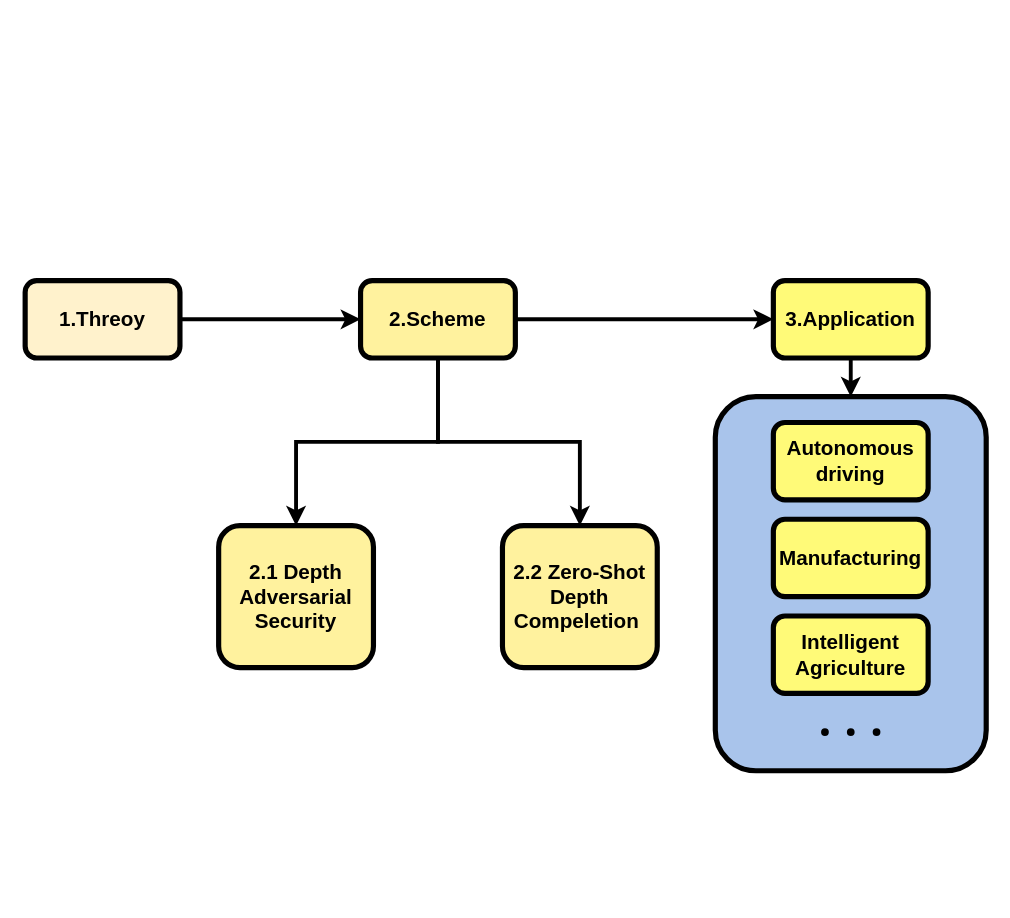
KopiSoftware/draw_cc_cloud keeps this draw.io diagram as RP/research_framework.drawio. Above is the earlier version. Source tidied: cells renumbered, new cells numbered last; positions are measured from the earlier drawing's top-left corner, leaving out a move shared by most shapes. Both pictures are drawn from the tidied source at 129%, with x=0, y=0 at pixel (25, 280).
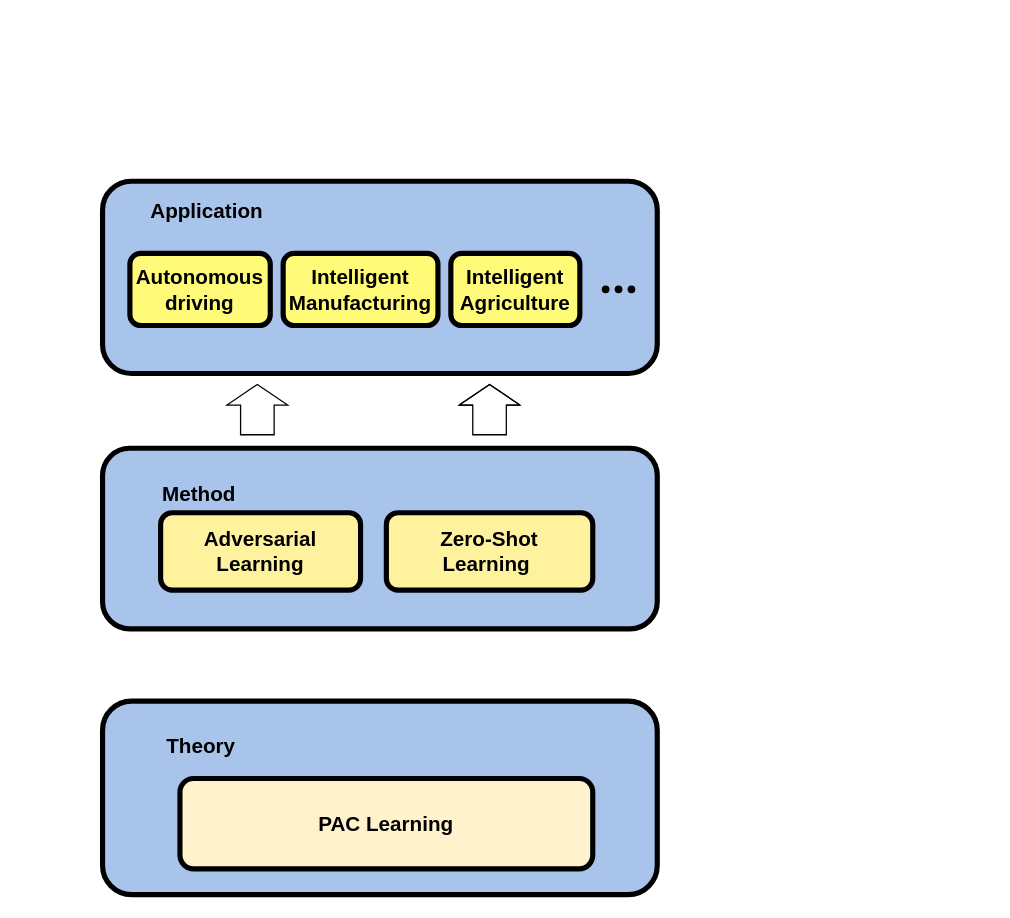
After the change.

The edit, as a diff of the source:
```diff
@@
+    <mxCell id="20" style="group;" parent="1" vertex="1">
+      <mxGeometry x="70" y="-200" width="641.9" height="270" as="geometry" />
+    </mxCell>
+    <mxCell id="21" style="group;" parent="20" vertex="1">
+      <mxGeometry x="-10" y="123" width="430" height="149" as="geometry" />
+    </mxCell>
-    <mxCell id="2" style="rounded=1;whiteSpace=wrap;html=1;strokeWidth=4;fillColor=#A9C4EB;strokeColor=#000000;" parent="1" vertex="1">
-      <mxGeometry x="535" y="90" width="210" height="290" as="geometry" />
+    <mxCell id="2" style="rounded=1;whiteSpace=wrap;html=1;strokeWidth=4;fillColor=#A9C4EB;strokeColor=#000000;" parent="21" vertex="1">
+      <mxGeometry width="430" height="149" as="geometry" />
     </mxCell>
-    <mxCell id="3" style="edgeStyle=orthogonalEdgeStyle;rounded=0;jettySize=auto;html=1;exitX=1;exitY=0.5;exitDx=0;exitDy=0;entryX=0;entryY=0.5;entryDx=0;entryDy=0;strokeWidth=3;" parent="1" edge="1" source="4" target="8">
-      <mxGeometry relative="1" as="geometry" />
-    </mxCell>
-    <mxCell id="4" value="&lt;b&gt;&lt;font style=&quot;font-size: 16px;&quot;&gt;1.Threoy&lt;/font&gt;&lt;/b&gt;" style="rounded=1;whiteSpace=wrap;html=1;strokeWidth=4;fillColor=#fff2cc;strokeColor=#000000;" parent="1" vertex="1">
-      <mxGeometry width="120" height="60" as="geometry" />
-    </mxCell>
-    <mxCell id="5" style="edgeStyle=orthogonalEdgeStyle;rounded=0;jettySize=auto;html=1;exitX=0.5;exitY=1;exitDx=0;exitDy=0;entryX=0.5;entryY=0;entryDx=0;entryDy=0;strokeWidth=3;" parent="1" edge="1" source="8" target="12">
-      <mxGeometry relative="1" as="geometry" />
-    </mxCell>
-    <mxCell id="6" style="edgeStyle=orthogonalEdgeStyle;rounded=0;jettySize=auto;html=1;exitX=0.5;exitY=1;exitDx=0;exitDy=0;entryX=0.5;entryY=0;entryDx=0;entryDy=0;strokeWidth=3;" parent="1" edge="1" source="8" target="11">
-      <mxGeometry relative="1" as="geometry" />
-    </mxCell>
-    <mxCell id="7" style="edgeStyle=orthogonalEdgeStyle;rounded=0;jettySize=auto;html=1;exitX=1;exitY=0.5;exitDx=0;exitDy=0;entryX=0;entryY=0.5;entryDx=0;entryDy=0;strokeWidth=3;" parent="1" edge="1" source="8" target="10">
-      <mxGeometry relative="1" as="geometry" />
-    </mxCell>
-    <mxCell id="8" value="&lt;b&gt;&lt;font style=&quot;font-size: 16px;&quot;&gt;2.Scheme&lt;/font&gt;&lt;/b&gt;" style="rounded=1;whiteSpace=wrap;html=1;strokeWidth=4;fillColor=#FFF29E;strokeColor=#000000;" parent="1" vertex="1">
-      <mxGeometry x="260" width="120" height="60" as="geometry" />
-    </mxCell>
-    <mxCell id="9" style="edgeStyle=orthogonalEdgeStyle;rounded=0;jettySize=auto;html=1;exitX=0.5;exitY=1;exitDx=0;exitDy=0;entryX=0.5;entryY=0;entryDx=0;entryDy=0;strokeWidth=3;" parent="1" edge="1" source="10" target="2">
-      <mxGeometry relative="1" as="geometry" />
-    </mxCell>
-    <mxCell id="10" value="&lt;b&gt;&lt;font style=&quot;font-size: 16px;&quot;&gt;3.Application&lt;/font&gt;&lt;/b&gt;" style="rounded=1;whiteSpace=wrap;html=1;strokeWidth=4;fillColor=#FFFA78;" parent="1" vertex="1">
-      <mxGeometry x="580" width="120" height="60" as="geometry" />
-    </mxCell>
-    <mxCell id="11" value="&lt;span style=&quot;font-size: 16px;&quot;&gt;&lt;b&gt;2.2 Zero-Shot&lt;br&gt;Depth&lt;br&gt;Compeletion&amp;nbsp;&lt;/b&gt;&lt;/span&gt;" style="rounded=1;whiteSpace=wrap;html=1;strokeWidth=4;fillColor=#FFF29E;" parent="1" vertex="1">
-      <mxGeometry x="370" y="190" width="120" height="110" as="geometry" />
-    </mxCell>
-    <mxCell id="12" value="&lt;span style=&quot;font-size: 16px;&quot;&gt;&lt;b&gt;2.1 Depth&lt;br&gt;Adversarial&lt;br&gt;Security&lt;br&gt;&lt;/b&gt;&lt;/span&gt;" style="rounded=1;whiteSpace=wrap;html=1;strokeWidth=4;fillColor=#FFF29E;" parent="1" vertex="1">
-      <mxGeometry x="150" y="190" width="120" height="110" as="geometry" />
-    </mxCell>
-    <mxCell id="13" value="&lt;span style=&quot;font-size: 16px;&quot;&gt;&lt;b&gt;Autonomous&lt;br&gt;driving&lt;br&gt;&lt;/b&gt;&lt;/span&gt;" style="rounded=1;whiteSpace=wrap;html=1;strokeWidth=4;fillColor=#FFFA78;" parent="1" vertex="1">
-      <mxGeometry x="580" y="110" width="120" height="60" as="geometry" />
+    <mxCell id="13" value="&lt;span style=&quot;font-size: 16px;&quot;&gt;&lt;b&gt;Autonomous&lt;br&gt;driving&lt;br&gt;&lt;/b&gt;&lt;/span&gt;" style="rounded=1;whiteSpace=wrap;html=1;strokeWidth=4;fillColor=#FFFA78;" parent="21" vertex="1">
+      <mxGeometry x="21.2" y="55.9" width="108.8" height="55.9" as="geometry" />
     </mxCell>
-    <mxCell id="14" value="&lt;b&gt;&lt;font style=&quot;font-size: 16px;&quot;&gt;Manufacturing&lt;/font&gt;&lt;/b&gt;" style="rounded=1;whiteSpace=wrap;html=1;strokeWidth=4;fillColor=#FFFA78;" parent="1" vertex="1">
-      <mxGeometry x="580" y="185" width="120" height="60" as="geometry" />
+    <mxCell id="14" value="&lt;b&gt;&lt;font style=&quot;font-size: 16px;&quot;&gt;Intelligent&lt;br&gt;Manufacturing&lt;/font&gt;&lt;/b&gt;" style="rounded=1;whiteSpace=wrap;html=1;strokeWidth=4;fillColor=#FFFA78;" parent="21" vertex="1">
+      <mxGeometry x="140" y="55.9" width="120" height="55.9" as="geometry" />
     </mxCell>
-    <mxCell id="15" value="&lt;b&gt;&lt;font style=&quot;font-size: 16px;&quot;&gt;Intelligent&lt;br&gt;Agriculture&lt;br&gt;&lt;/font&gt;&lt;/b&gt;" style="rounded=1;whiteSpace=wrap;html=1;strokeWidth=4;fillColor=#FFFA78;" parent="1" vertex="1">
-      <mxGeometry x="580" y="260" width="120" height="60" as="geometry" />
+    <mxCell id="15" value="&lt;b&gt;&lt;font style=&quot;font-size: 16px;&quot;&gt;Intelligent&lt;br&gt;Agriculture&lt;br&gt;&lt;/font&gt;&lt;/b&gt;" style="rounded=1;whiteSpace=wrap;html=1;strokeWidth=4;fillColor=#FFFA78;" parent="21" vertex="1">
+      <mxGeometry x="270" y="55.9" width="100" height="55.9" as="geometry" />
     </mxCell>
-    <mxCell id="16" style="group;" parent="1" vertex="1">
-      <mxGeometry x="610" y="340" width="60" height="20" as="geometry" />
-    </mxCell>
+    <mxCell id="22" value="Application" style="text;html=1;strokeColor=none;fillColor=none;align=center;verticalAlign=middle;whiteSpace=wrap;rounded=0;fontStyle=1;fontSize=16;" parent="21" vertex="1">
+      <mxGeometry x="51.2" y="9.3" width="60" height="27.9" as="geometry" />
+    </mxCell>
-    <mxCell id="17" style="shape=waypoint;sketch=0;fillStyle=solid;size=6;fillColor=none;perimeter=centerPerimeter;" parent="16" vertex="1">
-      <mxGeometry width="20" height="20" as="geometry" />
+    <mxCell id="17" style="shape=waypoint;sketch=0;fillStyle=solid;size=6;fillColor=none;perimeter=centerPerimeter;" parent="21" vertex="1">
+      <mxGeometry x="380" y="73.8" width="20" height="20" as="geometry" />
     </mxCell>
-    <mxCell id="18" style="shape=waypoint;sketch=0;fillStyle=solid;size=6;fillColor=none;perimeter=centerPerimeter;" parent="16" vertex="1">
-      <mxGeometry x="20" width="20" height="20" as="geometry" />
+    <mxCell id="18" style="shape=waypoint;sketch=0;fillStyle=solid;size=6;fillColor=none;perimeter=centerPerimeter;" parent="21" vertex="1">
+      <mxGeometry x="390" y="73.8" width="20" height="20" as="geometry" />
     </mxCell>
-    <mxCell id="19" style="shape=waypoint;sketch=0;fillStyle=solid;size=6;fillColor=none;perimeter=centerPerimeter;" parent="16" vertex="1">
-      <mxGeometry x="40" width="20" height="20" as="geometry" />
+    <mxCell id="19" style="shape=waypoint;sketch=0;fillStyle=solid;size=6;fillColor=none;perimeter=centerPerimeter;" parent="21" vertex="1">
+      <mxGeometry x="400" y="73.8" width="20" height="20" as="geometry" />
     </mxCell>
+    <mxCell id="23" style="group;" parent="1" vertex="1">
+      <mxGeometry x="60" y="130" width="430" height="200" as="geometry" />
+    </mxCell>
+    <mxCell id="24" style="rounded=1;whiteSpace=wrap;html=1;strokeWidth=4;fillColor=#A9C4EB;strokeColor=#000000;" parent="23" vertex="1">
+      <mxGeometry width="430" height="140" as="geometry" />
+    </mxCell>
+    <mxCell id="11" value="&lt;span style=&quot;font-size: 16px;&quot;&gt;&lt;b&gt;Zero-Shot&lt;br&gt;Learning&amp;nbsp;&lt;/b&gt;&lt;/span&gt;" style="rounded=1;whiteSpace=wrap;html=1;strokeWidth=4;fillColor=#FFF29E;" parent="23" vertex="1">
+      <mxGeometry x="220" y="50" width="160" height="60" as="geometry" />
+    </mxCell>
+    <mxCell id="12" value="&lt;span style=&quot;font-size: 16px;&quot;&gt;&lt;b&gt;Adversarial&lt;br&gt;Learning&lt;br&gt;&lt;/b&gt;&lt;/span&gt;" style="rounded=1;whiteSpace=wrap;html=1;strokeWidth=4;fillColor=#FFF29E;" parent="23" vertex="1">
+      <mxGeometry x="45" y="50" width="155" height="60" as="geometry" />
+    </mxCell>
+    <mxCell id="25" value="Method" style="text;html=1;strokeColor=none;fillColor=none;align=center;verticalAlign=middle;whiteSpace=wrap;rounded=0;fontStyle=1;fontSize=16;" parent="23" vertex="1">
+      <mxGeometry x="45" y="20" width="60" height="30" as="geometry" />
+    </mxCell>
+    <mxCell id="26" style="group;" parent="1" vertex="1">
+      <mxGeometry x="60" y="326" width="430" height="150" as="geometry" />
+    </mxCell>
+    <mxCell id="27" style="rounded=1;whiteSpace=wrap;html=1;strokeWidth=4;fillColor=#A9C4EB;strokeColor=#000000;" parent="26" vertex="1">
+      <mxGeometry width="430" height="150" as="geometry" />
+    </mxCell>
+    <mxCell id="4" value="&lt;b&gt;&lt;font style=&quot;font-size: 16px;&quot;&gt;PAC Learning&lt;/font&gt;&lt;/b&gt;" style="rounded=1;whiteSpace=wrap;html=1;strokeWidth=4;fillColor=#fff2cc;strokeColor=#000000;" parent="26" vertex="1">
+      <mxGeometry x="60" y="60" width="320" height="70" as="geometry" />
+    </mxCell>
+    <mxCell id="28" value="Theory" style="text;html=1;strokeColor=none;fillColor=none;align=center;verticalAlign=middle;whiteSpace=wrap;rounded=0;fontStyle=1;fontSize=16;" parent="26" vertex="1">
+      <mxGeometry x="46.1" y="20" width="61.4" height="30" as="geometry" />
+    </mxCell>
+    <mxCell id="29" style="shape=flexArrow;endArrow=classic;html=1;rounded=0;width=26;endSize=5;" parent="1" edge="1">
+      <mxGeometry relative="1" as="geometry">
+        <mxPoint x="360" y="120" as="sourcePoint" />
+        <mxPoint x="360" y="80" as="targetPoint" />
+        <Array as="points">
+          <mxPoint x="360" y="100" />
+        </Array>
+      </mxGeometry>
+    </mxCell>
+    <mxCell id="30" style="shape=flexArrow;endArrow=classic;html=1;rounded=0;width=26;endSize=5;" parent="1" edge="1">
+      <mxGeometry relative="1" as="geometry">
+        <mxPoint x="180" y="120" as="sourcePoint" />
+        <mxPoint x="180" y="80" as="targetPoint" />
+      </mxGeometry>
+    </mxCell>
```
